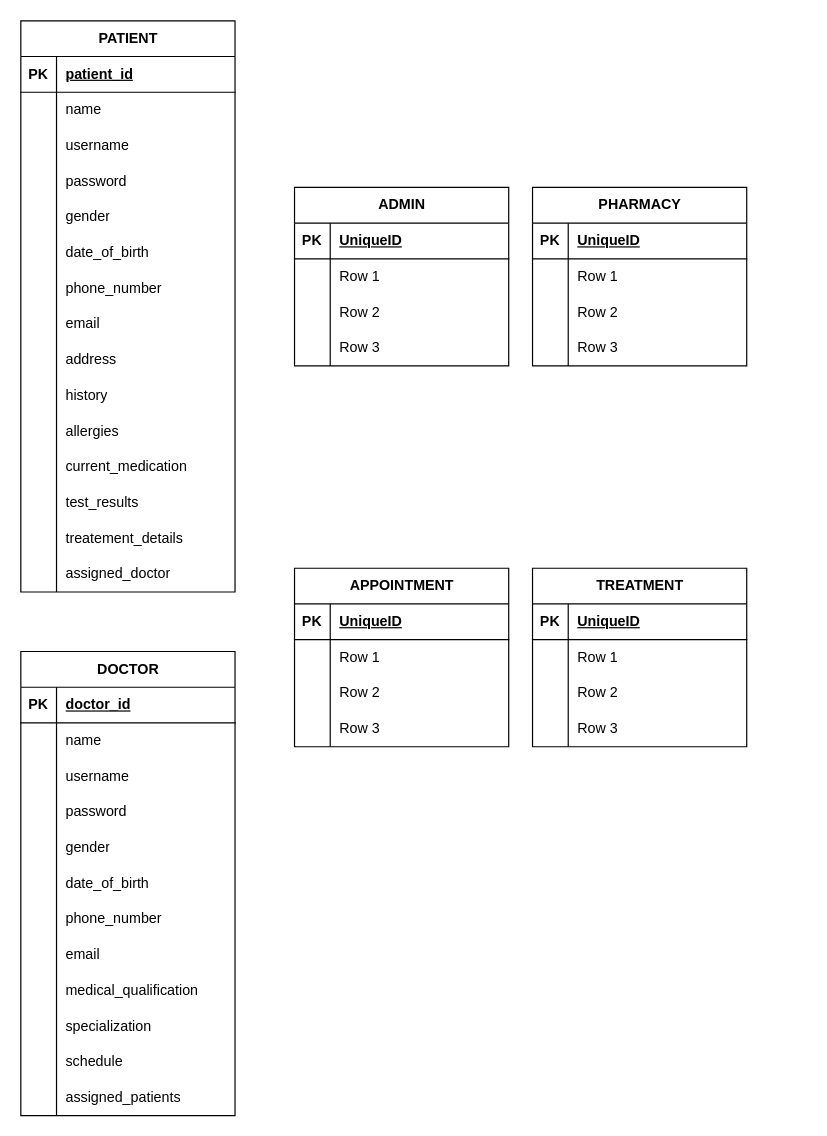
Holison18/Data-Base-ER-diagrams keeps this draw.io diagram as healthmanagementsystem.drawio. Above is the earlier version. Source tidied: cells renumbered, new cells numbered last; positions are measured from the earlier drawing's top-left corner, leaving out a move shared by most shapes. Both pictures are drawn from the tidied source at 119%, with x=0, y=0 at pixel (20, 20).
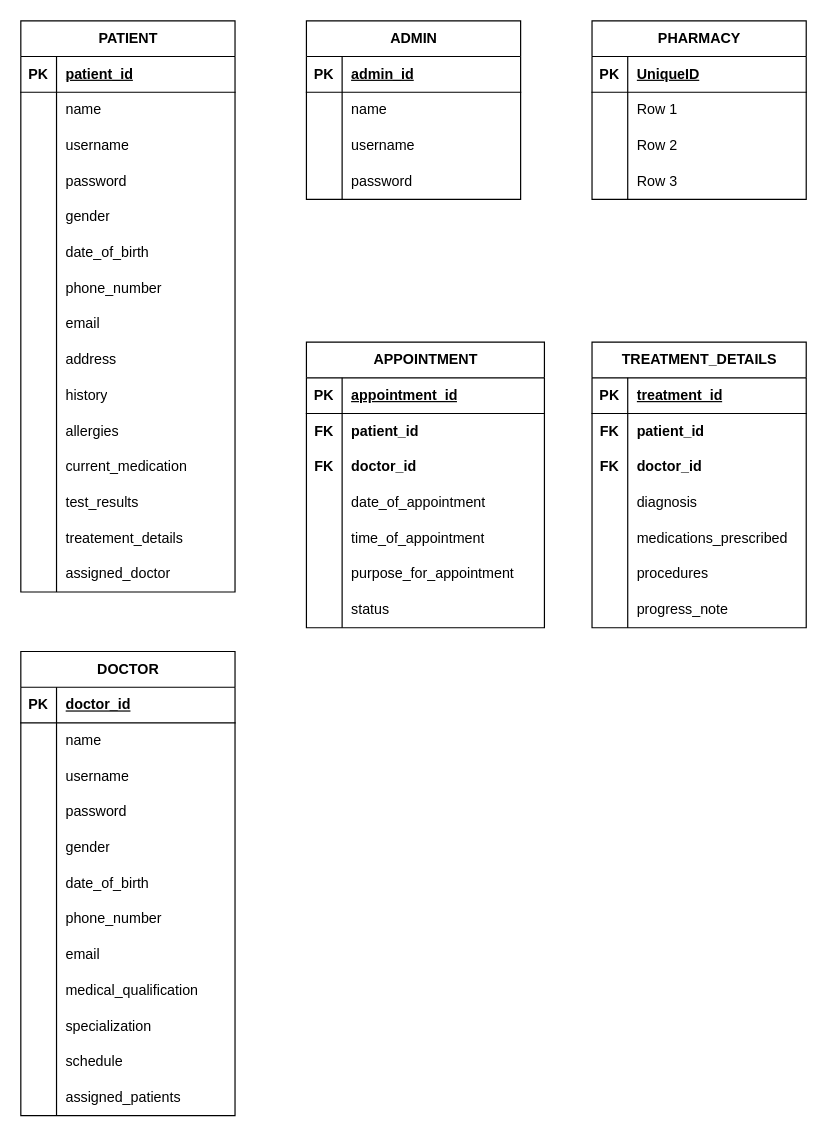
After the change.

Unchanged cells that the change refers to:
```xml
<mxCell id="49" style="shape=tableRow;horizontal=0;startSize=0;swimlaneHead=0;swimlaneBody=0;fillColor=none;top=0;left=0;right=0;bottom=1;" parent="48" vertex="1">
  <mxGeometry y="30" width="180" height="30" as="geometry" />
</mxCell>
<mxCell id="52" style="shape=tableRow;horizontal=0;startSize=0;swimlaneHead=0;swimlaneBody=0;fillColor=none;top=0;left=0;right=0;bottom=0;" parent="48" vertex="1">
  <mxGeometry y="60" width="180" height="30" as="geometry" />
</mxCell>
<mxCell id="55" style="shape=tableRow;horizontal=0;startSize=0;swimlaneHead=0;swimlaneBody=0;fillColor=none;top=0;left=0;right=0;bottom=0;" parent="48" vertex="1">
  <mxGeometry y="90" width="180" height="30" as="geometry" />
</mxCell>
<mxCell id="58" style="shape=tableRow;horizontal=0;startSize=0;swimlaneHead=0;swimlaneBody=0;fillColor=none;top=0;left=0;right=0;bottom=0;" parent="48" vertex="1">
  <mxGeometry y="120" width="180" height="30" as="geometry" />
</mxCell>
<mxCell id="125" style="shape=tableRow;horizontal=0;startSize=0;swimlaneHead=0;swimlaneBody=0;fillColor=none;top=0;left=0;right=0;bottom=1;" parent="124" vertex="1">
  <mxGeometry y="30" width="180" height="30" as="geometry" />
</mxCell>
<mxCell id="128" style="shape=tableRow;horizontal=0;startSize=0;swimlaneHead=0;swimlaneBody=0;fillColor=none;top=0;left=0;right=0;bottom=0;" parent="124" vertex="1">
  <mxGeometry y="60" width="180" height="30" as="geometry" />
</mxCell>
<mxCell id="131" style="shape=tableRow;horizontal=0;startSize=0;swimlaneHead=0;swimlaneBody=0;fillColor=none;top=0;left=0;right=0;bottom=0;" parent="124" vertex="1">
  <mxGeometry y="90" width="180" height="30" as="geometry" />
</mxCell>
<mxCell id="134" style="shape=tableRow;horizontal=0;startSize=0;swimlaneHead=0;swimlaneBody=0;fillColor=none;top=0;left=0;right=0;bottom=0;" parent="124" vertex="1">
  <mxGeometry y="120" width="180" height="30" as="geometry" />
</mxCell>
```

Diff of the diagram source:
```diff
@@
     <mxCell id="48" value="ADMIN" style="shape=table;startSize=30;childLayout=tableLayout;rowLines=0;fontStyle=1;align=center;html=1;" parent="1" vertex="1">
-      <mxGeometry x="230" y="140" width="180" height="150" as="geometry" />
+      <mxGeometry x="240" width="180" height="150" as="geometry" />
     </mxCell>
@@
-    <mxCell id="51" value="UniqueID" style="shape=partialRectangle;fillColor=none;top=0;left=0;bottom=0;right=0;align=left;spacingLeft=6;fontStyle=5;overflow=hidden;whiteSpace=wrap;html=1;" parent="49" vertex="1">
+    <mxCell id="51" value="admin_id" style="shape=partialRectangle;fillColor=none;top=0;left=0;bottom=0;right=0;align=left;spacingLeft=6;fontStyle=5;overflow=hidden;whiteSpace=wrap;html=1;" parent="49" vertex="1">
       <mxGeometry x="30" width="150" height="30" as="geometry" />
     </mxCell>
@@
-    <mxCell id="54" value="Row 1" style="shape=partialRectangle;fillColor=none;top=0;left=0;bottom=0;right=0;align=left;spacingLeft=6;overflow=hidden;whiteSpace=wrap;html=1;" parent="52" vertex="1">
+    <mxCell id="54" value="name" style="shape=partialRectangle;fillColor=none;top=0;left=0;bottom=0;right=0;align=left;spacingLeft=6;overflow=hidden;whiteSpace=wrap;html=1;" parent="52" vertex="1">
       <mxGeometry x="30" width="150" height="30" as="geometry" />
     </mxCell>
@@
-    <mxCell id="57" value="Row 2" style="shape=partialRectangle;fillColor=none;top=0;left=0;bottom=0;right=0;align=left;spacingLeft=6;overflow=hidden;whiteSpace=wrap;html=1;" parent="55" vertex="1">
+    <mxCell id="57" value="username" style="shape=partialRectangle;fillColor=none;top=0;left=0;bottom=0;right=0;align=left;spacingLeft=6;overflow=hidden;whiteSpace=wrap;html=1;" parent="55" vertex="1">
       <mxGeometry x="30" width="150" height="30" as="geometry" />
     </mxCell>
@@
-    <mxCell id="60" value="Row 3" style="shape=partialRectangle;fillColor=none;top=0;left=0;bottom=0;right=0;align=left;spacingLeft=6;overflow=hidden;whiteSpace=wrap;html=1;" parent="58" vertex="1">
+    <mxCell id="60" value="password" style="shape=partialRectangle;fillColor=none;top=0;left=0;bottom=0;right=0;align=left;spacingLeft=6;overflow=hidden;whiteSpace=wrap;html=1;" parent="58" vertex="1">
       <mxGeometry x="30" width="150" height="30" as="geometry" />
     </mxCell>
@@
     <mxCell id="98" value="APPOINTMENT" style="shape=table;startSize=30;childLayout=tableLayout;rowLines=0;fontStyle=1;align=center;html=1;" parent="1" vertex="1">
-      <mxGeometry x="230" y="460" width="180" height="150" as="geometry" />
+      <mxGeometry x="240" y="270" width="200" height="240" as="geometry" />
     </mxCell>
     <mxCell id="99" style="shape=tableRow;horizontal=0;startSize=0;swimlaneHead=0;swimlaneBody=0;fillColor=none;top=0;left=0;right=0;bottom=1;" parent="98" vertex="1">
-      <mxGeometry y="30" width="180" height="30" as="geometry" />
+      <mxGeometry y="30" width="200" height="30" as="geometry" />
     </mxCell>
@@
-    <mxCell id="101" value="UniqueID" style="shape=partialRectangle;fillColor=none;top=0;left=0;bottom=0;right=0;align=left;spacingLeft=6;fontStyle=5;overflow=hidden;whiteSpace=wrap;html=1;" parent="99" vertex="1">
-      <mxGeometry x="30" width="150" height="30" as="geometry" />
+    <mxCell id="101" value="appointment_id" style="shape=partialRectangle;fillColor=none;top=0;left=0;bottom=0;right=0;align=left;spacingLeft=6;fontStyle=5;overflow=hidden;whiteSpace=wrap;html=1;" parent="99" vertex="1">
+      <mxGeometry x="30" width="170" height="30" as="geometry" />
     </mxCell>
     <mxCell id="102" style="shape=tableRow;horizontal=0;startSize=0;swimlaneHead=0;swimlaneBody=0;fillColor=none;top=0;left=0;right=0;bottom=0;" parent="98" vertex="1">
-      <mxGeometry y="60" width="180" height="30" as="geometry" />
+      <mxGeometry y="60" width="200" height="30" as="geometry" />
     </mxCell>
-    <mxCell id="103" style="shape=partialRectangle;fillColor=none;top=0;left=0;bottom=0;right=0;overflow=hidden;whiteSpace=wrap;html=1;" parent="102" vertex="1">
+    <mxCell id="103" value="&lt;b&gt;FK&lt;/b&gt;" style="shape=partialRectangle;fillColor=none;top=0;left=0;bottom=0;right=0;overflow=hidden;whiteSpace=wrap;html=1;" parent="102" vertex="1">
       <mxGeometry width="30" height="30" as="geometry" />
     </mxCell>
-    <mxCell id="104" value="Row 1" style="shape=partialRectangle;fillColor=none;top=0;left=0;bottom=0;right=0;align=left;spacingLeft=6;overflow=hidden;whiteSpace=wrap;html=1;" parent="102" vertex="1">
-      <mxGeometry x="30" width="150" height="30" as="geometry" />
+    <mxCell id="104" value="patient_id" style="shape=partialRectangle;fillColor=none;top=0;left=0;bottom=0;right=0;align=left;spacingLeft=6;overflow=hidden;whiteSpace=wrap;html=1;fontStyle=1;" parent="102" vertex="1">
+      <mxGeometry x="30" width="170" height="30" as="geometry" />
     </mxCell>
     <mxCell id="105" style="shape=tableRow;horizontal=0;startSize=0;swimlaneHead=0;swimlaneBody=0;fillColor=none;top=0;left=0;right=0;bottom=0;" parent="98" vertex="1">
-      <mxGeometry y="90" width="180" height="30" as="geometry" />
+      <mxGeometry y="90" width="200" height="30" as="geometry" />
     </mxCell>
-    <mxCell id="106" style="shape=partialRectangle;fillColor=none;top=0;left=0;bottom=0;right=0;overflow=hidden;whiteSpace=wrap;html=1;" parent="105" vertex="1">
+    <mxCell id="106" value="&lt;b&gt;FK&lt;/b&gt;" style="shape=partialRectangle;fillColor=none;top=0;left=0;bottom=0;right=0;overflow=hidden;whiteSpace=wrap;html=1;" parent="105" vertex="1">
       <mxGeometry width="30" height="30" as="geometry" />
     </mxCell>
-    <mxCell id="107" value="Row 2" style="shape=partialRectangle;fillColor=none;top=0;left=0;bottom=0;right=0;align=left;spacingLeft=6;overflow=hidden;whiteSpace=wrap;html=1;" parent="105" vertex="1">
-      <mxGeometry x="30" width="150" height="30" as="geometry" />
+    <mxCell id="107" value="doctor_id" style="shape=partialRectangle;fillColor=none;top=0;left=0;bottom=0;right=0;align=left;spacingLeft=6;overflow=hidden;whiteSpace=wrap;html=1;fontStyle=1;" parent="105" vertex="1">
+      <mxGeometry x="30" width="170" height="30" as="geometry" />
     </mxCell>
     <mxCell id="108" style="shape=tableRow;horizontal=0;startSize=0;swimlaneHead=0;swimlaneBody=0;fillColor=none;top=0;left=0;right=0;bottom=0;" parent="98" vertex="1">
-      <mxGeometry y="120" width="180" height="30" as="geometry" />
+      <mxGeometry y="120" width="200" height="30" as="geometry" />
     </mxCell>
@@
-    <mxCell id="110" value="Row 3" style="shape=partialRectangle;fillColor=none;top=0;left=0;bottom=0;right=0;align=left;spacingLeft=6;overflow=hidden;whiteSpace=wrap;html=1;" parent="108" vertex="1">
-      <mxGeometry x="30" width="150" height="30" as="geometry" />
+    <mxCell id="110" value="date_of_appointment" style="shape=partialRectangle;fillColor=none;top=0;left=0;bottom=0;right=0;align=left;spacingLeft=6;overflow=hidden;whiteSpace=wrap;html=1;" parent="108" vertex="1">
+      <mxGeometry x="30" width="170" height="30" as="geometry" />
     </mxCell>
+    <mxCell id="137" style="shape=tableRow;horizontal=0;startSize=0;swimlaneHead=0;swimlaneBody=0;fillColor=none;top=0;left=0;right=0;bottom=0;" parent="98" vertex="1">
+      <mxGeometry y="150" width="200" height="30" as="geometry" />
+    </mxCell>
+    <mxCell id="138" style="shape=partialRectangle;fillColor=none;top=0;left=0;bottom=0;right=0;overflow=hidden;whiteSpace=wrap;html=1;" parent="137" vertex="1">
+      <mxGeometry width="30" height="30" as="geometry" />
+    </mxCell>
+    <mxCell id="139" value="time_of_appointment" style="shape=partialRectangle;fillColor=none;top=0;left=0;bottom=0;right=0;align=left;spacingLeft=6;overflow=hidden;whiteSpace=wrap;html=1;" parent="137" vertex="1">
+      <mxGeometry x="30" width="170" height="30" as="geometry" />
+    </mxCell>
+    <mxCell id="140" style="shape=tableRow;horizontal=0;startSize=0;swimlaneHead=0;swimlaneBody=0;fillColor=none;top=0;left=0;right=0;bottom=0;" parent="98" vertex="1">
+      <mxGeometry y="180" width="200" height="30" as="geometry" />
+    </mxCell>
+    <mxCell id="141" style="shape=partialRectangle;fillColor=none;top=0;left=0;bottom=0;right=0;overflow=hidden;whiteSpace=wrap;html=1;" parent="140" vertex="1">
+      <mxGeometry width="30" height="30" as="geometry" />
+    </mxCell>
+    <mxCell id="142" value="purpose_for_appointment" style="shape=partialRectangle;fillColor=none;top=0;left=0;bottom=0;right=0;align=left;spacingLeft=6;overflow=hidden;whiteSpace=wrap;html=1;" parent="140" vertex="1">
+      <mxGeometry x="30" width="170" height="30" as="geometry" />
+    </mxCell>
+    <mxCell id="143" style="shape=tableRow;horizontal=0;startSize=0;swimlaneHead=0;swimlaneBody=0;fillColor=none;top=0;left=0;right=0;bottom=0;" parent="98" vertex="1">
+      <mxGeometry y="210" width="200" height="30" as="geometry" />
+    </mxCell>
+    <mxCell id="144" style="shape=partialRectangle;fillColor=none;top=0;left=0;bottom=0;right=0;overflow=hidden;whiteSpace=wrap;html=1;" parent="143" vertex="1">
+      <mxGeometry width="30" height="30" as="geometry" />
+    </mxCell>
+    <mxCell id="145" value="status" style="shape=partialRectangle;fillColor=none;top=0;left=0;bottom=0;right=0;align=left;spacingLeft=6;overflow=hidden;whiteSpace=wrap;html=1;" parent="143" vertex="1">
+      <mxGeometry x="30" width="170" height="30" as="geometry" />
+    </mxCell>
     <mxCell id="111" value="PHARMACY" style="shape=table;startSize=30;childLayout=tableLayout;rowLines=0;fontStyle=1;align=center;html=1;" parent="1" vertex="1">
-      <mxGeometry x="430" y="140" width="180" height="150" as="geometry" />
+      <mxGeometry x="480" width="180" height="150" as="geometry" />
     </mxCell>
@@
-    <mxCell id="124" value="TREATMENT" style="shape=table;startSize=30;childLayout=tableLayout;rowLines=0;fontStyle=1;align=center;html=1;" parent="1" vertex="1">
-      <mxGeometry x="430" y="460" width="180" height="150" as="geometry" />
+    <mxCell id="124" value="TREATMENT_DETAILS" style="shape=table;startSize=30;childLayout=tableLayout;rowLines=0;fontStyle=1;align=center;html=1;" parent="1" vertex="1">
+      <mxGeometry x="480" y="270" width="180" height="240" as="geometry" />
     </mxCell>
@@
-    <mxCell id="127" value="UniqueID" style="shape=partialRectangle;fillColor=none;top=0;left=0;bottom=0;right=0;align=left;spacingLeft=6;fontStyle=5;overflow=hidden;whiteSpace=wrap;html=1;" parent="125" vertex="1">
+    <mxCell id="127" value="treatment_id" style="shape=partialRectangle;fillColor=none;top=0;left=0;bottom=0;right=0;align=left;spacingLeft=6;fontStyle=5;overflow=hidden;whiteSpace=wrap;html=1;" parent="125" vertex="1">
       <mxGeometry x="30" width="150" height="30" as="geometry" />
     </mxCell>
@@
-    <mxCell id="129" style="shape=partialRectangle;fillColor=none;top=0;left=0;bottom=0;right=0;overflow=hidden;whiteSpace=wrap;html=1;" parent="128" vertex="1">
+    <mxCell id="129" value="&lt;b&gt;FK&lt;/b&gt;" style="shape=partialRectangle;fillColor=none;top=0;left=0;bottom=0;right=0;overflow=hidden;whiteSpace=wrap;html=1;" parent="128" vertex="1">
       <mxGeometry width="30" height="30" as="geometry" />
     </mxCell>
-    <mxCell id="130" value="Row 1" style="shape=partialRectangle;fillColor=none;top=0;left=0;bottom=0;right=0;align=left;spacingLeft=6;overflow=hidden;whiteSpace=wrap;html=1;" parent="128" vertex="1">
+    <mxCell id="130" value="patient_id" style="shape=partialRectangle;fillColor=none;top=0;left=0;bottom=0;right=0;align=left;spacingLeft=6;overflow=hidden;whiteSpace=wrap;html=1;fontStyle=1;" parent="128" vertex="1">
       <mxGeometry x="30" width="150" height="30" as="geometry" />
     </mxCell>
@@
-    <mxCell id="132" style="shape=partialRectangle;fillColor=none;top=0;left=0;bottom=0;right=0;overflow=hidden;whiteSpace=wrap;html=1;" parent="131" vertex="1">
+    <mxCell id="132" value="&lt;b&gt;FK&lt;/b&gt;" style="shape=partialRectangle;fillColor=none;top=0;left=0;bottom=0;right=0;overflow=hidden;whiteSpace=wrap;html=1;" parent="131" vertex="1">
       <mxGeometry width="30" height="30" as="geometry" />
     </mxCell>
-    <mxCell id="133" value="Row 2" style="shape=partialRectangle;fillColor=none;top=0;left=0;bottom=0;right=0;align=left;spacingLeft=6;overflow=hidden;whiteSpace=wrap;html=1;" parent="131" vertex="1">
+    <mxCell id="133" value="doctor_id" style="shape=partialRectangle;fillColor=none;top=0;left=0;bottom=0;right=0;align=left;spacingLeft=6;overflow=hidden;whiteSpace=wrap;html=1;fontStyle=1;" parent="131" vertex="1">
       <mxGeometry x="30" width="150" height="30" as="geometry" />
     </mxCell>
@@
-    <mxCell id="136" value="Row 3" style="shape=partialRectangle;fillColor=none;top=0;left=0;bottom=0;right=0;align=left;spacingLeft=6;overflow=hidden;whiteSpace=wrap;html=1;" parent="134" vertex="1">
+    <mxCell id="136" value="diagnosis" style="shape=partialRectangle;fillColor=none;top=0;left=0;bottom=0;right=0;align=left;spacingLeft=6;overflow=hidden;whiteSpace=wrap;html=1;" parent="134" vertex="1">
       <mxGeometry x="30" width="150" height="30" as="geometry" />
     </mxCell>
+    <mxCell id="146" style="shape=tableRow;horizontal=0;startSize=0;swimlaneHead=0;swimlaneBody=0;fillColor=none;top=0;left=0;right=0;bottom=0;" parent="124" vertex="1">
+      <mxGeometry y="150" width="180" height="30" as="geometry" />
+    </mxCell>
+    <mxCell id="147" style="shape=partialRectangle;fillColor=none;top=0;left=0;bottom=0;right=0;overflow=hidden;whiteSpace=wrap;html=1;" parent="146" vertex="1">
+      <mxGeometry width="30" height="30" as="geometry" />
+    </mxCell>
+    <mxCell id="148" value="medications_prescribed" style="shape=partialRectangle;fillColor=none;top=0;left=0;bottom=0;right=0;align=left;spacingLeft=6;overflow=hidden;whiteSpace=wrap;html=1;" parent="146" vertex="1">
+      <mxGeometry x="30" width="150" height="30" as="geometry" />
+    </mxCell>
+    <mxCell id="149" style="shape=tableRow;horizontal=0;startSize=0;swimlaneHead=0;swimlaneBody=0;fillColor=none;top=0;left=0;right=0;bottom=0;" parent="124" vertex="1">
+      <mxGeometry y="180" width="180" height="30" as="geometry" />
+    </mxCell>
+    <mxCell id="150" style="shape=partialRectangle;fillColor=none;top=0;left=0;bottom=0;right=0;overflow=hidden;whiteSpace=wrap;html=1;" parent="149" vertex="1">
+      <mxGeometry width="30" height="30" as="geometry" />
+    </mxCell>
+    <mxCell id="151" value="procedures" style="shape=partialRectangle;fillColor=none;top=0;left=0;bottom=0;right=0;align=left;spacingLeft=6;overflow=hidden;whiteSpace=wrap;html=1;" parent="149" vertex="1">
+      <mxGeometry x="30" width="150" height="30" as="geometry" />
+    </mxCell>
+    <mxCell id="152" style="shape=tableRow;horizontal=0;startSize=0;swimlaneHead=0;swimlaneBody=0;fillColor=none;top=0;left=0;right=0;bottom=0;" parent="124" vertex="1">
+      <mxGeometry y="210" width="180" height="30" as="geometry" />
+    </mxCell>
+    <mxCell id="153" style="shape=partialRectangle;fillColor=none;top=0;left=0;bottom=0;right=0;overflow=hidden;whiteSpace=wrap;html=1;" parent="152" vertex="1">
+      <mxGeometry width="30" height="30" as="geometry" />
+    </mxCell>
+    <mxCell id="154" value="progress_note" style="shape=partialRectangle;fillColor=none;top=0;left=0;bottom=0;right=0;align=left;spacingLeft=6;overflow=hidden;whiteSpace=wrap;html=1;" parent="152" vertex="1">
+      <mxGeometry x="30" width="150" height="30" as="geometry" />
+    </mxCell>
```
